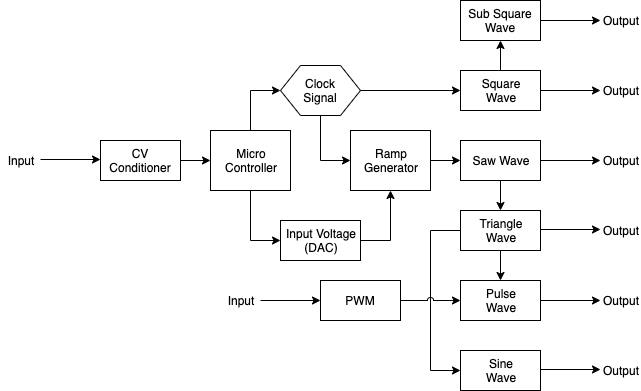
gerb-ster/Vulcan-DCO keeps this draw.io diagram as images/BlockDiagram-VulcanDCO.png. Above is the earlier version. Source tidied: cells renumbered, new cells last; positions are measured from the earlier drawing's top-left corner, leaving out a move shared by most shapes. Source of this version:
```xml
<mxGraphModel>
  <root>
    <mxCell id="0" />
    <mxCell id="1" parent="0" />
    <mxCell id="2" value="CV&lt;br&gt;Conditioner" style="rounded=0;whiteSpace=wrap;html=1;" parent="1" vertex="1">
      <mxGeometry x="100" y="140" width="80" height="40" as="geometry" />
    </mxCell>
    <mxCell id="3" style="edgeStyle=orthogonalEdgeStyle;rounded=0;jettySize=auto;html=1;exitX=0.5;exitY=0;exitDx=0;exitDy=0;entryX=0;entryY=0.5;entryDx=0;entryDy=0;" parent="1" edge="1" source="5" target="35">
      <mxGeometry relative="1" as="geometry" />
    </mxCell>
    <mxCell id="4" style="edgeStyle=orthogonalEdgeStyle;rounded=0;jumpStyle=arc;jettySize=auto;html=1;exitX=0.5;exitY=1;exitDx=0;exitDy=0;entryX=0;entryY=0.5;entryDx=0;entryDy=0;" parent="1" edge="1" source="5" target="10">
      <mxGeometry relative="1" as="geometry" />
    </mxCell>
    <mxCell id="5" value="Micro&lt;br&gt;Controller" style="rounded=0;whiteSpace=wrap;html=1;" parent="1" vertex="1">
      <mxGeometry x="210" y="130" width="80" height="60" as="geometry" />
    </mxCell>
    <mxCell id="6" style="endArrow=classic;html=1;exitX=1;exitY=0.5;exitDx=0;exitDy=0;entryX=0;entryY=0.5;entryDx=0;entryDy=0;" parent="1" edge="1" source="2" target="5">
      <mxGeometry relative="1" as="geometry" />
    </mxCell>
    <mxCell id="7" style="edgeStyle=orthogonalEdgeStyle;rounded=0;jettySize=auto;html=1;exitX=1;exitY=0.5;exitDx=0;exitDy=0;entryX=0;entryY=0.5;entryDx=0;entryDy=0;" parent="1" edge="1" source="8" target="18">
      <mxGeometry relative="1" as="geometry" />
    </mxCell>
    <mxCell id="8" value="Ramp&lt;br&gt;Generator" style="rounded=0;whiteSpace=wrap;html=1;" parent="1" vertex="1">
      <mxGeometry x="350" y="130" width="80" height="60" as="geometry" />
    </mxCell>
    <mxCell id="9" style="edgeStyle=orthogonalEdgeStyle;rounded=0;jettySize=auto;html=1;exitX=1;exitY=0.5;exitDx=0;exitDy=0;entryX=0.5;entryY=1;entryDx=0;entryDy=0;" parent="1" edge="1" source="10" target="8">
      <mxGeometry relative="1" as="geometry" />
    </mxCell>
    <mxCell id="10" value="Input Voltage&lt;br&gt;(DAC)" style="rounded=0;whiteSpace=wrap;html=1;" parent="1" vertex="1">
      <mxGeometry x="280" y="220" width="80" height="40" as="geometry" />
    </mxCell>
    <mxCell id="11" style="edgeStyle=orthogonalEdgeStyle;rounded=0;jettySize=auto;html=1;exitX=1;exitY=0.5;exitDx=0;exitDy=0;entryX=0;entryY=0.5;entryDx=0;entryDy=0;" parent="1" edge="1" source="13" target="24">
      <mxGeometry relative="1" as="geometry" />
    </mxCell>
    <mxCell id="12" style="edgeStyle=orthogonalEdgeStyle;rounded=0;jettySize=auto;html=1;exitX=0.5;exitY=0;exitDx=0;exitDy=0;entryX=0.5;entryY=1;entryDx=0;entryDy=0;" parent="1" edge="1" source="13" target="16">
      <mxGeometry relative="1" as="geometry" />
    </mxCell>
    <mxCell id="13" value="Square&lt;br&gt;Wave" style="rounded=0;whiteSpace=wrap;html=1;" parent="1" vertex="1">
      <mxGeometry x="460" y="70" width="80" height="40" as="geometry" />
    </mxCell>
    <mxCell id="14" value="Output" style="text;html=1;strokeColor=none;fillColor=none;align=center;verticalAlign=middle;whiteSpace=wrap;rounded=0;" parent="1" vertex="1">
      <mxGeometry x="600" y="10" width="40" height="20" as="geometry" />
    </mxCell>
    <mxCell id="15" style="edgeStyle=orthogonalEdgeStyle;rounded=0;jettySize=auto;html=1;exitX=1;exitY=0.5;exitDx=0;exitDy=0;entryX=0;entryY=0.5;entryDx=0;entryDy=0;" parent="1" edge="1" source="16" target="14">
      <mxGeometry relative="1" as="geometry" />
    </mxCell>
    <mxCell id="16" value="Sub Square&lt;br&gt;Wave" style="rounded=0;whiteSpace=wrap;html=1;" parent="1" vertex="1">
      <mxGeometry x="460" width="80" height="40" as="geometry" />
    </mxCell>
    <mxCell id="17" style="edgeStyle=orthogonalEdgeStyle;rounded=0;jettySize=auto;html=1;exitX=0.5;exitY=1;exitDx=0;exitDy=0;entryX=0.5;entryY=0;entryDx=0;entryDy=0;" parent="1" edge="1" source="18" target="23">
      <mxGeometry relative="1" as="geometry" />
    </mxCell>
    <mxCell id="18" value="Saw Wave" style="rounded=0;whiteSpace=wrap;html=1;" parent="1" vertex="1">
      <mxGeometry x="460" y="140" width="80" height="40" as="geometry" />
    </mxCell>
    <mxCell id="19" style="edgeStyle=orthogonalEdgeStyle;rounded=0;orthogonalLoop=1;jettySize=auto;html=1;exitX=1;exitY=0.5;exitDx=0;exitDy=0;" parent="1" edge="1">
      <mxGeometry relative="1" as="geometry">
        <mxPoint x="540" y="160" as="sourcePoint" />
        <mxPoint x="600" y="160" as="targetPoint" />
      </mxGeometry>
    </mxCell>
    <mxCell id="20" value="Output" style="text;html=1;strokeColor=none;fillColor=none;align=center;verticalAlign=middle;whiteSpace=wrap;rounded=0;" parent="1" vertex="1">
      <mxGeometry x="600" y="150" width="40" height="20" as="geometry" />
    </mxCell>
    <mxCell id="21" style="edgeStyle=orthogonalEdgeStyle;rounded=0;jettySize=auto;html=1;exitX=0.5;exitY=1;exitDx=0;exitDy=0;entryX=0.5;entryY=0;entryDx=0;entryDy=0;" parent="1" edge="1" source="23" target="26">
      <mxGeometry relative="1" as="geometry" />
    </mxCell>
    <mxCell id="22" style="edgeStyle=orthogonalEdgeStyle;rounded=0;jettySize=auto;html=1;exitX=0;exitY=0.5;exitDx=0;exitDy=0;entryX=0;entryY=0.5;entryDx=0;entryDy=0;" parent="1" edge="1" source="23" target="30">
      <mxGeometry relative="1" as="geometry">
        <Array as="points">
          <mxPoint x="430" y="230" />
          <mxPoint x="430" y="370" />
        </Array>
      </mxGeometry>
    </mxCell>
    <mxCell id="23" value="Triangle&lt;br&gt;Wave" style="rounded=0;whiteSpace=wrap;html=1;" parent="1" vertex="1">
      <mxGeometry x="460" y="210" width="80" height="40" as="geometry" />
    </mxCell>
    <mxCell id="24" value="Output" style="text;html=1;strokeColor=none;fillColor=none;align=center;verticalAlign=middle;whiteSpace=wrap;rounded=0;" parent="1" vertex="1">
      <mxGeometry x="600" y="80" width="40" height="20" as="geometry" />
    </mxCell>
    <mxCell id="25" value="Output" style="text;html=1;strokeColor=none;fillColor=none;align=center;verticalAlign=middle;whiteSpace=wrap;rounded=0;" parent="1" vertex="1">
      <mxGeometry x="600" y="220" width="40" height="20" as="geometry" />
    </mxCell>
    <mxCell id="26" value="Pulse&lt;br&gt;Wave" style="rounded=0;whiteSpace=wrap;html=1;" parent="1" vertex="1">
      <mxGeometry x="460" y="280" width="80" height="40" as="geometry" />
    </mxCell>
    <mxCell id="27" value="Output" style="text;html=1;strokeColor=none;fillColor=none;align=center;verticalAlign=middle;whiteSpace=wrap;rounded=0;" parent="1" vertex="1">
      <mxGeometry x="600" y="290" width="40" height="20" as="geometry" />
    </mxCell>
    <mxCell id="28" style="edgeStyle=orthogonalEdgeStyle;rounded=0;orthogonalLoop=1;jettySize=auto;html=1;exitX=1;exitY=0.5;exitDx=0;exitDy=0;" parent="1" edge="1">
      <mxGeometry relative="1" as="geometry">
        <mxPoint x="540" y="300" as="sourcePoint" />
        <mxPoint x="600" y="300" as="targetPoint" />
      </mxGeometry>
    </mxCell>
    <mxCell id="29" style="edgeStyle=orthogonalEdgeStyle;rounded=0;orthogonalLoop=1;jettySize=auto;html=1;exitX=1;exitY=0.5;exitDx=0;exitDy=0;" parent="1" edge="1">
      <mxGeometry relative="1" as="geometry">
        <mxPoint x="540" y="229" as="sourcePoint" />
        <mxPoint x="600" y="229" as="targetPoint" />
      </mxGeometry>
    </mxCell>
    <mxCell id="30" value="Sine&lt;br&gt;Wave" style="rounded=0;whiteSpace=wrap;html=1;" parent="1" vertex="1">
      <mxGeometry x="460" y="350" width="80" height="40" as="geometry" />
    </mxCell>
    <mxCell id="31" value="Output" style="text;html=1;strokeColor=none;fillColor=none;align=center;verticalAlign=middle;whiteSpace=wrap;rounded=0;" parent="1" vertex="1">
      <mxGeometry x="600" y="360" width="40" height="20" as="geometry" />
    </mxCell>
    <mxCell id="32" style="edgeStyle=orthogonalEdgeStyle;rounded=0;orthogonalLoop=1;jettySize=auto;html=1;exitX=1;exitY=0.5;exitDx=0;exitDy=0;" parent="1" edge="1">
      <mxGeometry relative="1" as="geometry">
        <mxPoint x="540" y="369" as="sourcePoint" />
        <mxPoint x="600" y="369" as="targetPoint" />
      </mxGeometry>
    </mxCell>
    <mxCell id="33" style="edgeStyle=orthogonalEdgeStyle;rounded=0;jettySize=auto;html=1;exitX=0.5;exitY=1;exitDx=0;exitDy=0;entryX=0;entryY=0.5;entryDx=0;entryDy=0;" parent="1" edge="1" source="35" target="8">
      <mxGeometry relative="1" as="geometry" />
    </mxCell>
    <mxCell id="34" style="edgeStyle=orthogonalEdgeStyle;rounded=0;jettySize=auto;html=1;exitX=1;exitY=0.5;exitDx=0;exitDy=0;entryX=0;entryY=0.5;entryDx=0;entryDy=0;" parent="1" edge="1" source="35" target="13">
      <mxGeometry relative="1" as="geometry">
        <Array as="points">
          <mxPoint x="330" y="90" />
        </Array>
      </mxGeometry>
    </mxCell>
    <mxCell id="35" value="Clock&lt;br&gt;Signal" style="shape=hexagon;perimeter=hexagonPerimeter2;whiteSpace=wrap;html=1;" parent="1" vertex="1">
      <mxGeometry x="280" y="65" width="80" height="50" as="geometry" />
    </mxCell>
    <mxCell id="36" style="edgeStyle=orthogonalEdgeStyle;rounded=0;jettySize=auto;html=1;exitX=1;exitY=0.5;exitDx=0;exitDy=0;entryX=0;entryY=0.5;entryDx=0;entryDy=0;jumpStyle=arc;" parent="1" edge="1" source="37" target="26">
      <mxGeometry relative="1" as="geometry" />
    </mxCell>
    <mxCell id="37" value="PWM" style="rounded=0;whiteSpace=wrap;html=1;" parent="1" vertex="1">
      <mxGeometry x="320" y="280" width="80" height="40" as="geometry" />
    </mxCell>
    <mxCell id="38" value="Input" style="text;html=1;strokeColor=none;fillColor=none;align=center;verticalAlign=middle;whiteSpace=wrap;rounded=0;" parent="1" vertex="1">
      <mxGeometry y="150" width="40" height="20" as="geometry" />
    </mxCell>
    <mxCell id="39" value="Input" style="text;html=1;strokeColor=none;fillColor=none;align=center;verticalAlign=middle;whiteSpace=wrap;rounded=0;" parent="1" vertex="1">
      <mxGeometry x="220" y="290" width="40" height="20" as="geometry" />
    </mxCell>
    <mxCell id="40" style="edgeStyle=orthogonalEdgeStyle;rounded=0;orthogonalLoop=1;jettySize=auto;html=1;exitX=1;exitY=0.5;exitDx=0;exitDy=0;" parent="1" edge="1">
      <mxGeometry relative="1" as="geometry">
        <mxPoint x="40" y="159" as="sourcePoint" />
        <mxPoint x="100" y="159" as="targetPoint" />
      </mxGeometry>
    </mxCell>
    <mxCell id="41" style="edgeStyle=orthogonalEdgeStyle;rounded=0;orthogonalLoop=1;jettySize=auto;html=1;exitX=1;exitY=0.5;exitDx=0;exitDy=0;" parent="1" edge="1">
      <mxGeometry relative="1" as="geometry">
        <mxPoint x="260" y="300" as="sourcePoint" />
        <mxPoint x="320" y="300" as="targetPoint" />
      </mxGeometry>
    </mxCell>
  </root>
</mxGraphModel>
```
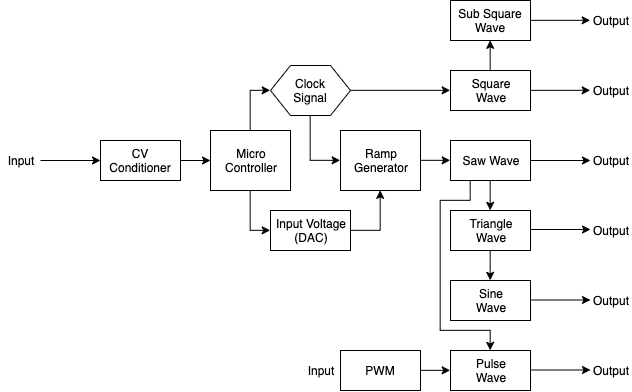
The same diagram one commit later.

Commit message:
Updated Schematics & Firmware

Diff of the diagram source:
```diff
@@ -3,7 +3,7 @@
     <mxCell id="0" />
     <mxCell id="1" parent="0" />
     <mxCell id="2" value="CV&lt;br&gt;Conditioner" style="rounded=0;whiteSpace=wrap;html=1;" parent="1" vertex="1">
-      <mxGeometry x="100" y="140" width="80" height="40" as="geometry" />
+      <mxGeometry x="140" y="140" width="80" height="40" as="geometry" />
     </mxCell>
     <mxCell id="3" style="edgeStyle=orthogonalEdgeStyle;rounded=0;jettySize=auto;html=1;exitX=0.5;exitY=0;exitDx=0;exitDy=0;entryX=0;entryY=0.5;entryDx=0;entryDy=0;" parent="1" edge="1" source="5" target="35">
       <mxGeometry relative="1" as="geometry" />
@@ -12,22 +12,24 @@
       <mxGeometry relative="1" as="geometry" />
     </mxCell>
     <mxCell id="5" value="Micro&lt;br&gt;Controller" style="rounded=0;whiteSpace=wrap;html=1;" parent="1" vertex="1">
-      <mxGeometry x="210" y="130" width="80" height="60" as="geometry" />
+      <mxGeometry x="250" y="130" width="80" height="60" as="geometry" />
     </mxCell>
     <mxCell id="6" style="endArrow=classic;html=1;exitX=1;exitY=0.5;exitDx=0;exitDy=0;entryX=0;entryY=0.5;entryDx=0;entryDy=0;" parent="1" edge="1" source="2" target="5">
       <mxGeometry relative="1" as="geometry" />
     </mxCell>
-    <mxCell id="7" style="edgeStyle=orthogonalEdgeStyle;rounded=0;jettySize=auto;html=1;exitX=1;exitY=0.5;exitDx=0;exitDy=0;entryX=0;entryY=0.5;entryDx=0;entryDy=0;" parent="1" edge="1" source="8" target="18">
-      <mxGeometry relative="1" as="geometry" />
+    <mxCell id="7" style="edgeStyle=orthogonalEdgeStyle;rounded=0;jettySize=auto;html=1;exitX=1;exitY=0.5;exitDx=0;exitDy=0;entryX=0;entryY=0.5;entryDx=0;entryDy=0;" parent="1" edge="1" target="18">
+      <mxGeometry relative="1" as="geometry">
+        <mxPoint x="399.7" y="160.3" as="sourcePoint" />
+      </mxGeometry>
     </mxCell>
     <mxCell id="8" value="Ramp&lt;br&gt;Generator" style="rounded=0;whiteSpace=wrap;html=1;" parent="1" vertex="1">
-      <mxGeometry x="350" y="130" width="80" height="60" as="geometry" />
+      <mxGeometry x="380" y="130" width="80" height="60" as="geometry" />
     </mxCell>
     <mxCell id="9" style="edgeStyle=orthogonalEdgeStyle;rounded=0;jettySize=auto;html=1;exitX=1;exitY=0.5;exitDx=0;exitDy=0;entryX=0.5;entryY=1;entryDx=0;entryDy=0;" parent="1" edge="1" source="10" target="8">
       <mxGeometry relative="1" as="geometry" />
     </mxCell>
     <mxCell id="10" value="Input Voltage&lt;br&gt;(DAC)" style="rounded=0;whiteSpace=wrap;html=1;" parent="1" vertex="1">
-      <mxGeometry x="280" y="220" width="80" height="40" as="geometry" />
+      <mxGeometry x="310" y="210" width="80" height="40" as="geometry" />
     </mxCell>
     <mxCell id="11" style="edgeStyle=orthogonalEdgeStyle;rounded=0;jettySize=auto;html=1;exitX=1;exitY=0.5;exitDx=0;exitDy=0;entryX=0;entryY=0.5;entryDx=0;entryDy=0;" parent="1" edge="1" source="13" target="24">
       <mxGeometry relative="1" as="geometry" />
@@ -36,118 +38,110 @@
       <mxGeometry relative="1" as="geometry" />
     </mxCell>
     <mxCell id="13" value="Square&lt;br&gt;Wave" style="rounded=0;whiteSpace=wrap;html=1;" parent="1" vertex="1">
-      <mxGeometry x="460" y="70" width="80" height="40" as="geometry" />
+      <mxGeometry x="490" y="70" width="80" height="40" as="geometry" />
     </mxCell>
     <mxCell id="14" value="Output" style="text;html=1;strokeColor=none;fillColor=none;align=center;verticalAlign=middle;whiteSpace=wrap;rounded=0;" parent="1" vertex="1">
-      <mxGeometry x="600" y="10" width="40" height="20" as="geometry" />
+      <mxGeometry x="630" y="10" width="40" height="20" as="geometry" />
     </mxCell>
     <mxCell id="15" style="edgeStyle=orthogonalEdgeStyle;rounded=0;jettySize=auto;html=1;exitX=1;exitY=0.5;exitDx=0;exitDy=0;entryX=0;entryY=0.5;entryDx=0;entryDy=0;" parent="1" edge="1" source="16" target="14">
       <mxGeometry relative="1" as="geometry" />
     </mxCell>
     <mxCell id="16" value="Sub Square&lt;br&gt;Wave" style="rounded=0;whiteSpace=wrap;html=1;" parent="1" vertex="1">
-      <mxGeometry x="460" width="80" height="40" as="geometry" />
+      <mxGeometry x="490" width="80" height="40" as="geometry" />
     </mxCell>
     <mxCell id="17" style="edgeStyle=orthogonalEdgeStyle;rounded=0;jettySize=auto;html=1;exitX=0.5;exitY=1;exitDx=0;exitDy=0;entryX=0.5;entryY=0;entryDx=0;entryDy=0;" parent="1" edge="1" source="18" target="23">
       <mxGeometry relative="1" as="geometry" />
     </mxCell>
+    <mxCell id="42" style="edgeStyle=orthogonalEdgeStyle;rounded=0;jettySize=auto;html=1;exitX=0.25;exitY=1;exitDx=0;exitDy=0;entryX=0.5;entryY=0;entryDx=0;entryDy=0;" parent="1" edge="1" source="18" target="26">
+      <mxGeometry relative="1" as="geometry">
+        <Array as="points">
+          <mxPoint x="510" y="200" />
+          <mxPoint x="480" y="200" />
+          <mxPoint x="480" y="330" />
+          <mxPoint x="530" y="330" />
+        </Array>
+      </mxGeometry>
+    </mxCell>
     <mxCell id="18" value="Saw Wave" style="rounded=0;whiteSpace=wrap;html=1;" parent="1" vertex="1">
-      <mxGeometry x="460" y="140" width="80" height="40" as="geometry" />
+      <mxGeometry x="490" y="140" width="80" height="40" as="geometry" />
     </mxCell>
     <mxCell id="19" style="edgeStyle=orthogonalEdgeStyle;rounded=0;orthogonalLoop=1;jettySize=auto;html=1;exitX=1;exitY=0.5;exitDx=0;exitDy=0;" parent="1" edge="1">
       <mxGeometry relative="1" as="geometry">
-        <mxPoint x="540" y="160" as="sourcePoint" />
-        <mxPoint x="600" y="160" as="targetPoint" />
+        <mxPoint x="570" y="160" as="sourcePoint" />
+        <mxPoint x="630" y="160" as="targetPoint" />
       </mxGeometry>
     </mxCell>
     <mxCell id="20" value="Output" style="text;html=1;strokeColor=none;fillColor=none;align=center;verticalAlign=middle;whiteSpace=wrap;rounded=0;" parent="1" vertex="1">
-      <mxGeometry x="600" y="150" width="40" height="20" as="geometry" />
+      <mxGeometry x="630" y="150" width="40" height="20" as="geometry" />
     </mxCell>
-    <mxCell id="21" style="edgeStyle=orthogonalEdgeStyle;rounded=0;jettySize=auto;html=1;exitX=0.5;exitY=1;exitDx=0;exitDy=0;entryX=0.5;entryY=0;entryDx=0;entryDy=0;" parent="1" edge="1" source="23" target="26">
-      <mxGeometry relative="1" as="geometry" />
-    </mxCell>
-    <mxCell id="22" style="edgeStyle=orthogonalEdgeStyle;rounded=0;jettySize=auto;html=1;exitX=0;exitY=0.5;exitDx=0;exitDy=0;entryX=0;entryY=0.5;entryDx=0;entryDy=0;" parent="1" edge="1" source="23" target="30">
-      <mxGeometry relative="1" as="geometry">
-        <Array as="points">
-          <mxPoint x="430" y="230" />
-          <mxPoint x="430" y="370" />
-        </Array>
-      </mxGeometry>
+    <mxCell id="22" style="edgeStyle=orthogonalEdgeStyle;rounded=0;jettySize=auto;html=1;exitX=0.5;exitY=1;exitDx=0;exitDy=0;entryX=0.5;entryY=0;entryDx=0;entryDy=0;" parent="1" edge="1" source="23" target="30">
+      <mxGeometry relative="1" as="geometry" />
     </mxCell>
     <mxCell id="23" value="Triangle&lt;br&gt;Wave" style="rounded=0;whiteSpace=wrap;html=1;" parent="1" vertex="1">
-      <mxGeometry x="460" y="210" width="80" height="40" as="geometry" />
+      <mxGeometry x="490" y="210" width="80" height="40" as="geometry" />
     </mxCell>
     <mxCell id="24" value="Output" style="text;html=1;strokeColor=none;fillColor=none;align=center;verticalAlign=middle;whiteSpace=wrap;rounded=0;" parent="1" vertex="1">
-      <mxGeometry x="600" y="80" width="40" height="20" as="geometry" />
+      <mxGeometry x="630" y="80" width="40" height="20" as="geometry" />
     </mxCell>
     <mxCell id="25" value="Output" style="text;html=1;strokeColor=none;fillColor=none;align=center;verticalAlign=middle;whiteSpace=wrap;rounded=0;" parent="1" vertex="1">
-      <mxGeometry x="600" y="220" width="40" height="20" as="geometry" />
+      <mxGeometry x="630" y="220" width="40" height="20" as="geometry" />
     </mxCell>
     <mxCell id="26" value="Pulse&lt;br&gt;Wave" style="rounded=0;whiteSpace=wrap;html=1;" parent="1" vertex="1">
-      <mxGeometry x="460" y="280" width="80" height="40" as="geometry" />
+      <mxGeometry x="490" y="350" width="80" height="40" as="geometry" />
     </mxCell>
     <mxCell id="27" value="Output" style="text;html=1;strokeColor=none;fillColor=none;align=center;verticalAlign=middle;whiteSpace=wrap;rounded=0;" parent="1" vertex="1">
-      <mxGeometry x="600" y="290" width="40" height="20" as="geometry" />
+      <mxGeometry x="630" y="360" width="40" height="20" as="geometry" />
     </mxCell>
     <mxCell id="28" style="edgeStyle=orthogonalEdgeStyle;rounded=0;orthogonalLoop=1;jettySize=auto;html=1;exitX=1;exitY=0.5;exitDx=0;exitDy=0;" parent="1" edge="1">
       <mxGeometry relative="1" as="geometry">
-        <mxPoint x="540" y="300" as="sourcePoint" />
-        <mxPoint x="600" y="300" as="targetPoint" />
+        <mxPoint x="570" y="369.5" as="sourcePoint" />
+        <mxPoint x="630" y="369.5" as="targetPoint" />
       </mxGeometry>
     </mxCell>
     <mxCell id="29" style="edgeStyle=orthogonalEdgeStyle;rounded=0;orthogonalLoop=1;jettySize=auto;html=1;exitX=1;exitY=0.5;exitDx=0;exitDy=0;" parent="1" edge="1">
       <mxGeometry relative="1" as="geometry">
-        <mxPoint x="540" y="229" as="sourcePoint" />
-        <mxPoint x="600" y="229" as="targetPoint" />
+        <mxPoint x="570" y="229" as="sourcePoint" />
+        <mxPoint x="630" y="229" as="targetPoint" />
       </mxGeometry>
     </mxCell>
     <mxCell id="30" value="Sine&lt;br&gt;Wave" style="rounded=0;whiteSpace=wrap;html=1;" parent="1" vertex="1">
-      <mxGeometry x="460" y="350" width="80" height="40" as="geometry" />
+      <mxGeometry x="490" y="280" width="80" height="40" as="geometry" />
     </mxCell>
     <mxCell id="31" value="Output" style="text;html=1;strokeColor=none;fillColor=none;align=center;verticalAlign=middle;whiteSpace=wrap;rounded=0;" parent="1" vertex="1">
-      <mxGeometry x="600" y="360" width="40" height="20" as="geometry" />
+      <mxGeometry x="630" y="290" width="40" height="20" as="geometry" />
     </mxCell>
     <mxCell id="32" style="edgeStyle=orthogonalEdgeStyle;rounded=0;orthogonalLoop=1;jettySize=auto;html=1;exitX=1;exitY=0.5;exitDx=0;exitDy=0;" parent="1" edge="1">
       <mxGeometry relative="1" as="geometry">
-        <mxPoint x="540" y="369" as="sourcePoint" />
-        <mxPoint x="600" y="369" as="targetPoint" />
+        <mxPoint x="570" y="299.5" as="sourcePoint" />
+        <mxPoint x="630" y="299.5" as="targetPoint" />
       </mxGeometry>
     </mxCell>
     <mxCell id="33" style="edgeStyle=orthogonalEdgeStyle;rounded=0;jettySize=auto;html=1;exitX=0.5;exitY=1;exitDx=0;exitDy=0;entryX=0;entryY=0.5;entryDx=0;entryDy=0;" parent="1" edge="1" source="35" target="8">
       <mxGeometry relative="1" as="geometry" />
     </mxCell>
     <mxCell id="34" style="edgeStyle=orthogonalEdgeStyle;rounded=0;jettySize=auto;html=1;exitX=1;exitY=0.5;exitDx=0;exitDy=0;entryX=0;entryY=0.5;entryDx=0;entryDy=0;" parent="1" edge="1" source="35" target="13">
-      <mxGeometry relative="1" as="geometry">
-        <Array as="points">
-          <mxPoint x="330" y="90" />
-        </Array>
-      </mxGeometry>
+      <mxGeometry relative="1" as="geometry" />
     </mxCell>
     <mxCell id="35" value="Clock&lt;br&gt;Signal" style="shape=hexagon;perimeter=hexagonPerimeter2;whiteSpace=wrap;html=1;" parent="1" vertex="1">
-      <mxGeometry x="280" y="65" width="80" height="50" as="geometry" />
+      <mxGeometry x="310" y="65" width="80" height="50" as="geometry" />
     </mxCell>
     <mxCell id="36" style="edgeStyle=orthogonalEdgeStyle;rounded=0;jettySize=auto;html=1;exitX=1;exitY=0.5;exitDx=0;exitDy=0;entryX=0;entryY=0.5;entryDx=0;entryDy=0;jumpStyle=arc;" parent="1" edge="1" source="37" target="26">
       <mxGeometry relative="1" as="geometry" />
     </mxCell>
     <mxCell id="37" value="PWM" style="rounded=0;whiteSpace=wrap;html=1;" parent="1" vertex="1">
-      <mxGeometry x="320" y="280" width="80" height="40" as="geometry" />
+      <mxGeometry x="380" y="350" width="80" height="40" as="geometry" />
     </mxCell>
     <mxCell id="38" value="Input" style="text;html=1;strokeColor=none;fillColor=none;align=center;verticalAlign=middle;whiteSpace=wrap;rounded=0;" parent="1" vertex="1">
-      <mxGeometry y="150" width="40" height="20" as="geometry" />
+      <mxGeometry x="40" y="150" width="40" height="20" as="geometry" />
     </mxCell>
     <mxCell id="39" value="Input" style="text;html=1;strokeColor=none;fillColor=none;align=center;verticalAlign=middle;whiteSpace=wrap;rounded=0;" parent="1" vertex="1">
-      <mxGeometry x="220" y="290" width="40" height="20" as="geometry" />
+      <mxGeometry x="340" y="360" width="40" height="20" as="geometry" />
     </mxCell>
     <mxCell id="40" style="edgeStyle=orthogonalEdgeStyle;rounded=0;orthogonalLoop=1;jettySize=auto;html=1;exitX=1;exitY=0.5;exitDx=0;exitDy=0;" parent="1" edge="1">
       <mxGeometry relative="1" as="geometry">
-        <mxPoint x="40" y="159" as="sourcePoint" />
-        <mxPoint x="100" y="159" as="targetPoint" />
+        <mxPoint x="80" y="160" as="sourcePoint" />
+        <mxPoint x="140" y="160" as="targetPoint" />
       </mxGeometry>
     </mxCell>
-    <mxCell id="41" style="edgeStyle=orthogonalEdgeStyle;rounded=0;orthogonalLoop=1;jettySize=auto;html=1;exitX=1;exitY=0.5;exitDx=0;exitDy=0;" parent="1" edge="1">
-      <mxGeometry relative="1" as="geometry">
-        <mxPoint x="260" y="300" as="sourcePoint" />
-        <mxPoint x="320" y="300" as="targetPoint" />
-      </mxGeometry>
-    </mxCell>
   </root>
 </mxGraphModel>
```
